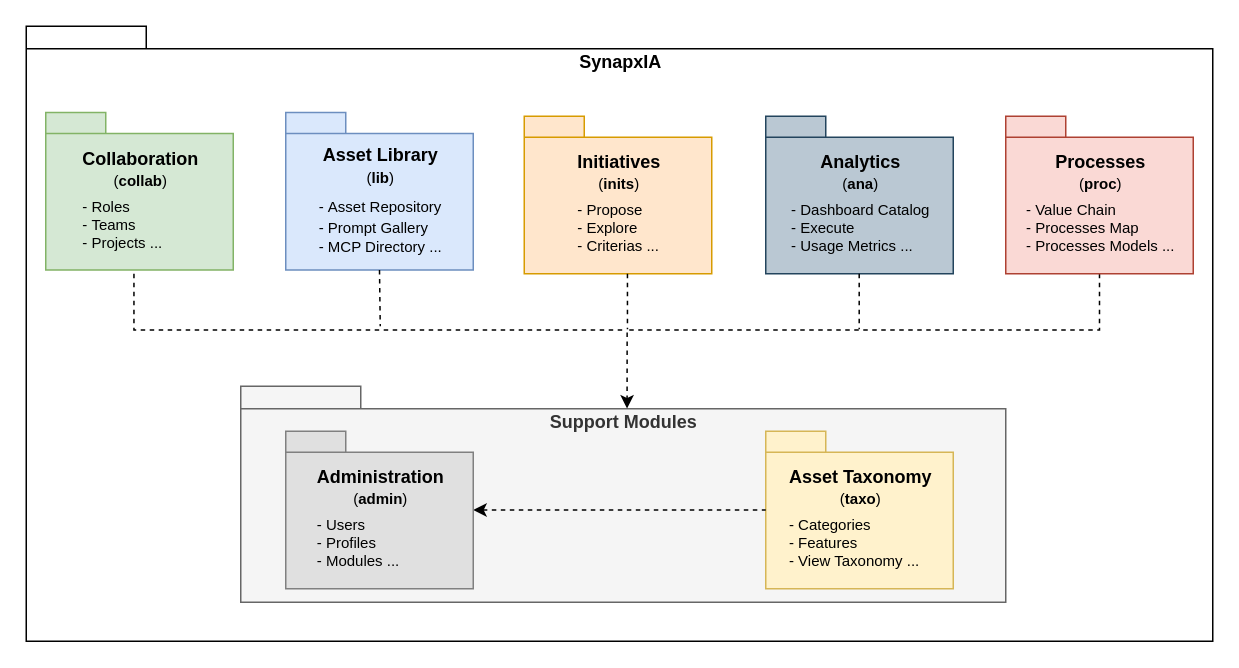
The draw.io diagram page "SynapxIA" (1 of 8) of docs/models.drawio in abc-flex/synapxia, before the edit. Source tidied: cells renumbered, new cells numbered last; positions are measured from the earlier drawing's top-left corner, leaving out a move shared by most shapes. Both pictures are drawn from the tidied source at 150%, with x=0, y=0 at pixel (26, 26).
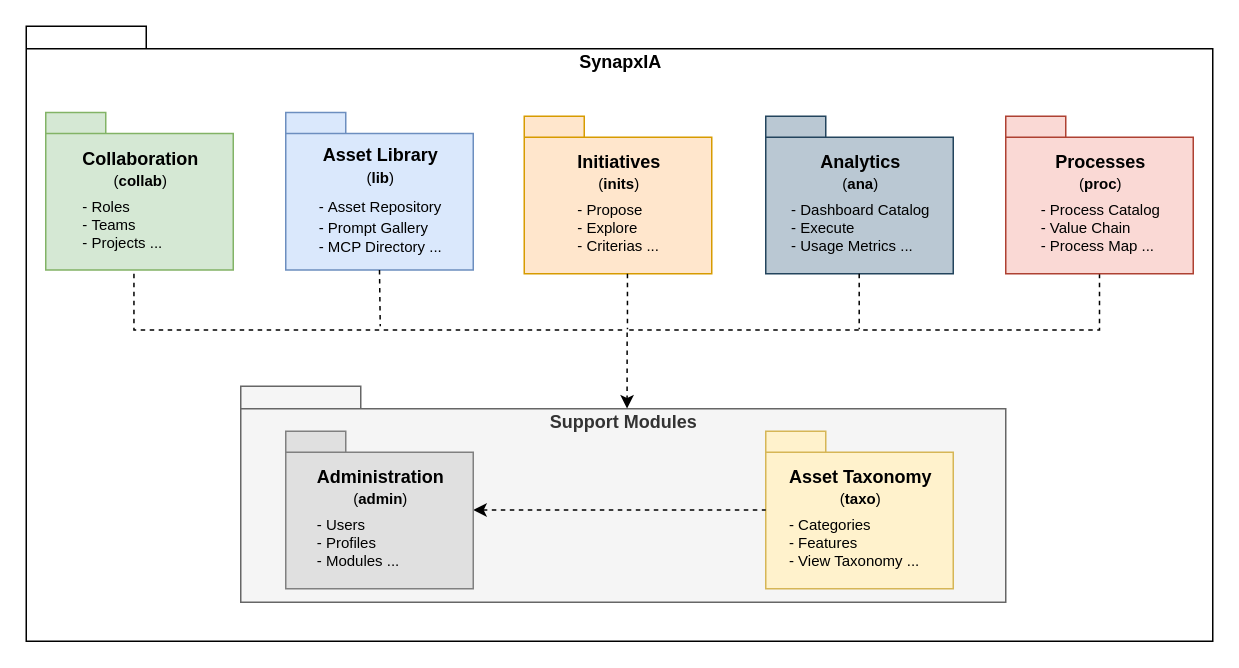
Above is the later version.

Commit message (it also covers changes not shown here):
chore(db): Model, DDL and data for process module

The edit, as a diff of the source:
```diff
@@
-    <mxCell id="10" value="Processes&lt;br style=&quot;border-color: var(--border-color);&quot;&gt;&lt;font style=&quot;border-color: var(--border-color); font-size: 10px;&quot;&gt;&lt;span style=&quot;font-weight: normal;&quot;&gt;(&lt;/span&gt;&lt;span style=&quot;border-color: var(--border-color);&quot;&gt;proc&lt;/span&gt;&lt;/font&gt;&lt;font style=&quot;border-color: var(--border-color); font-weight: normal;&quot;&gt;&lt;font style=&quot;font-size: 10px;&quot;&gt;)&lt;/font&gt;&lt;br style=&quot;border-color: var(--border-color);&quot;&gt;&lt;/font&gt;&lt;div style=&quot;border-color: var(--border-color); text-align: left; font-size: 4px;&quot;&gt;&lt;font style=&quot;border-color: var(--border-color);&quot;&gt;&lt;br style=&quot;border-color: var(--border-color);&quot;&gt;&lt;/font&gt;&lt;/div&gt;&lt;div style=&quot;border-color: var(--border-color); text-align: left; font-size: 4px;&quot;&gt;&lt;span style=&quot;border-color: var(--border-color); font-weight: normal;&quot;&gt;&lt;font style=&quot;border-color: var(--border-color); font-size: 10px;&quot;&gt;- Value Chain&lt;/font&gt;&lt;/span&gt;&lt;/div&gt;&lt;div style=&quot;border-color: var(--border-color); text-align: left; font-size: 10px;&quot;&gt;&lt;span style=&quot;border-color: var(--border-color); font-weight: normal;&quot;&gt;- Processes Map&lt;/span&gt;&lt;/div&gt;&lt;div style=&quot;border-color: var(--border-color); text-align: left; font-size: 10px;&quot;&gt;&lt;span style=&quot;font-weight: 400;&quot;&gt;-&amp;nbsp;&lt;/span&gt;&lt;span style=&quot;font-weight: 400; background-color: transparent; color: light-dark(rgb(0, 0, 0), rgb(255, 255, 255));&quot;&gt;Processes Models&amp;nbsp;&lt;/span&gt;&lt;span style=&quot;font-weight: 400; background-color: transparent; color: light-dark(rgb(0, 0, 0), rgb(255, 255, 255));&quot;&gt;...&lt;/span&gt;&lt;/div&gt;" style="shape=folder;fontStyle=1;spacingTop=10;tabWidth=40;tabHeight=14;tabPosition=left;html=1;fillColor=#fad9d5;strokeColor=#ae4132;" parent="1" vertex="1">
+    <mxCell id="10" value="Processes&lt;br style=&quot;border-color: var(--border-color);&quot;&gt;&lt;font style=&quot;border-color: var(--border-color); font-size: 10px;&quot;&gt;&lt;span style=&quot;font-weight: normal;&quot;&gt;(&lt;/span&gt;&lt;span style=&quot;border-color: var(--border-color);&quot;&gt;proc&lt;/span&gt;&lt;/font&gt;&lt;font style=&quot;border-color: var(--border-color); font-weight: normal;&quot;&gt;&lt;font style=&quot;font-size: 10px;&quot;&gt;)&lt;/font&gt;&lt;br style=&quot;border-color: var(--border-color);&quot;&gt;&lt;/font&gt;&lt;div style=&quot;border-color: var(--border-color); text-align: left; font-size: 4px;&quot;&gt;&lt;font style=&quot;border-color: var(--border-color);&quot;&gt;&lt;br style=&quot;border-color: var(--border-color);&quot;&gt;&lt;/font&gt;&lt;/div&gt;&lt;div style=&quot;border-color: var(--border-color); text-align: left; font-size: 4px;&quot;&gt;&lt;span style=&quot;border-color: var(--border-color); font-weight: normal;&quot;&gt;&lt;font style=&quot;border-color: var(--border-color); font-size: 10px;&quot;&gt;-&amp;nbsp;&lt;/font&gt;&lt;/span&gt;&lt;span style=&quot;font-size: 10px; font-weight: 400; background-color: transparent; color: light-dark(rgb(0, 0, 0), rgb(255, 255, 255));&quot;&gt;Process Catalog&lt;/span&gt;&lt;/div&gt;&lt;div style=&quot;border-color: var(--border-color); text-align: left; font-size: 10px;&quot;&gt;&lt;span style=&quot;border-color: var(--border-color); font-weight: normal;&quot;&gt;-&amp;nbsp;&lt;/span&gt;&lt;span style=&quot;font-weight: 400; background-color: transparent; color: light-dark(rgb(0, 0, 0), rgb(255, 255, 255));&quot;&gt;Value Chain&lt;/span&gt;&lt;/div&gt;&lt;div style=&quot;border-color: var(--border-color); text-align: left; font-size: 10px;&quot;&gt;&lt;span style=&quot;font-weight: 400;&quot;&gt;-&amp;nbsp;&lt;/span&gt;&lt;span style=&quot;font-weight: 400; background-color: transparent; color: light-dark(rgb(0, 0, 0), rgb(255, 255, 255));&quot;&gt;Process Map&amp;nbsp;&lt;/span&gt;&lt;span style=&quot;font-weight: 400; background-color: transparent; color: light-dark(rgb(0, 0, 0), rgb(255, 255, 255));&quot;&gt;...&lt;/span&gt;&lt;/div&gt;" style="shape=folder;fontStyle=1;spacingTop=10;tabWidth=40;tabHeight=14;tabPosition=left;html=1;fillColor=#fad9d5;strokeColor=#ae4132;" parent="1" vertex="1">
       <mxGeometry x="653" y="60" width="125" height="105" as="geometry" />
     </mxCell>
```
